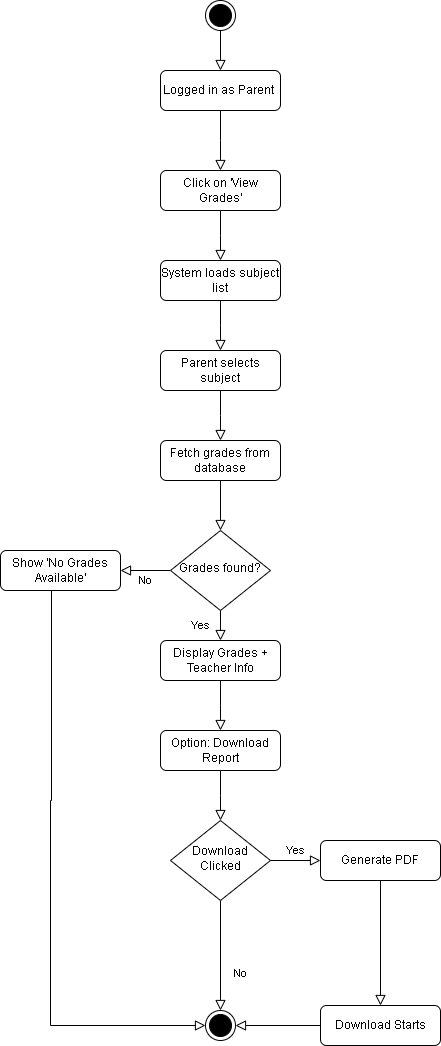
This is Activity-diagrams/activity-diagram-view-pupil-grades.drawio.png from LeandroBakollari/learning-platform, a draw.io export, as it was before one commit. Source tidied: cells renumbered, new cells last; positions are measured from the earlier drawing's top-left corner, leaving out a move shared by most shapes.
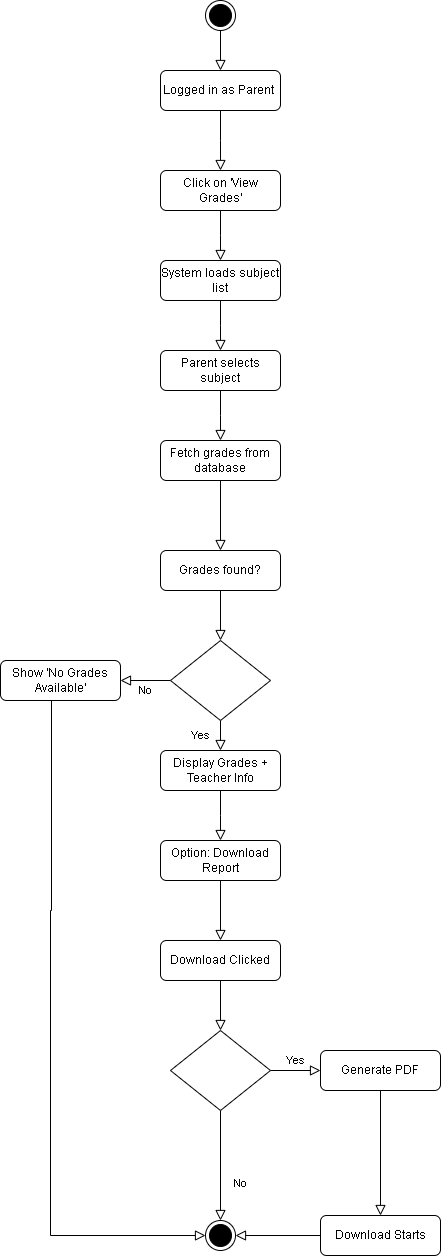
The same file after the commit.

Diff of the diagram source:
```diff
@@ -2,7 +2,7 @@
   <root>
     <mxCell id="0" />
     <mxCell id="1" parent="0" />
-    <mxCell id="2" style="rounded=0;html=1;jettySize=auto;fontSize=11;endArrow=block;endFill=0;endSize=8;strokeWidth=1;shadow=0;labelBackgroundColor=none;edgeStyle=orthogonalEdgeStyle;" parent="1" edge="1" source="3" target="6">
+    <mxCell id="2" style="rounded=0;html=1;jettySize=auto;fontSize=11;endArrow=block;endFill=0;endSize=8;strokeWidth=1;shadow=0;labelBackgroundColor=none;edgeStyle=orthogonalEdgeStyle;" parent="1" edge="1" source="3" target="34">
       <mxGeometry relative="1" as="geometry" />
     </mxCell>
     <mxCell id="3" value="Fetch grades from database" style="rounded=1;whiteSpace=wrap;html=1;fontSize=12;glass=0;strokeWidth=1;shadow=0;" parent="1" vertex="1">
@@ -14,11 +14,11 @@
     <mxCell id="5" value="No" style="edgeStyle=orthogonalEdgeStyle;rounded=0;html=1;jettySize=auto;fontSize=11;endArrow=block;endFill=0;endSize=8;strokeWidth=1;shadow=0;labelBackgroundColor=none;" parent="1" edge="1" source="6" target="7">
       <mxGeometry y="10" relative="1" as="geometry" />
     </mxCell>
-    <mxCell id="6" value="Grades found?" style="rhombus;whiteSpace=wrap;html=1;shadow=0;fontFamily=Helvetica;fontSize=12;align=center;strokeWidth=1;spacing=6;spacingTop=-4;" parent="1" vertex="1">
-      <mxGeometry x="170" y="530" width="100" height="80" as="geometry" />
+    <mxCell id="6" style="rhombus;whiteSpace=wrap;html=1;shadow=0;fontFamily=Helvetica;fontSize=12;align=center;strokeWidth=1;spacing=6;spacingTop=-4;" parent="1" vertex="1">
+      <mxGeometry x="170" y="640" width="100" height="80" as="geometry" />
     </mxCell>
     <mxCell id="7" value="Show 'No Grades Available'" style="rounded=1;whiteSpace=wrap;html=1;fontSize=12;glass=0;strokeWidth=1;shadow=0;" parent="1" vertex="1">
-      <mxGeometry y="550" width="120" height="40" as="geometry" />
+      <mxGeometry y="660" width="120" height="40" as="geometry" />
     </mxCell>
     <mxCell id="8" value="No" style="rounded=0;html=1;jettySize=auto;fontSize=11;endArrow=block;endFill=0;endSize=8;strokeWidth=1;shadow=0;labelBackgroundColor=none;edgeStyle=orthogonalEdgeStyle;" parent="1" edge="1" source="10" target="24">
       <mxGeometry x="0.33" y="20" relative="1" as="geometry" />
@@ -26,11 +26,11 @@
     <mxCell id="9" value="Yes" style="edgeStyle=orthogonalEdgeStyle;rounded=0;html=1;jettySize=auto;fontSize=11;endArrow=block;endFill=0;endSize=8;strokeWidth=1;shadow=0;labelBackgroundColor=none;" parent="1" edge="1" source="10" target="11">
       <mxGeometry y="10" relative="1" as="geometry" />
     </mxCell>
-    <mxCell id="10" value="Download Clicked" style="rhombus;whiteSpace=wrap;html=1;shadow=0;fontFamily=Helvetica;fontSize=12;align=center;strokeWidth=1;spacing=6;spacingTop=-4;" parent="1" vertex="1">
-      <mxGeometry x="170" y="820" width="100" height="80" as="geometry" />
+    <mxCell id="10" style="rhombus;whiteSpace=wrap;html=1;shadow=0;fontFamily=Helvetica;fontSize=12;align=center;strokeWidth=1;spacing=6;spacingTop=-4;" parent="1" vertex="1">
+      <mxGeometry x="170" y="1030" width="100" height="80" as="geometry" />
     </mxCell>
     <mxCell id="11" value="Generate PDF" style="rounded=1;whiteSpace=wrap;html=1;fontSize=12;glass=0;strokeWidth=1;shadow=0;" parent="1" vertex="1">
-      <mxGeometry x="320" y="840" width="120" height="40" as="geometry" />
+      <mxGeometry x="320" y="1050" width="120" height="40" as="geometry" />
     </mxCell>
     <mxCell id="12" style="rounded=0;html=1;jettySize=auto;fontSize=11;endArrow=block;endFill=0;endSize=8;strokeWidth=1;shadow=0;labelBackgroundColor=none;edgeStyle=orthogonalEdgeStyle;" parent="1" edge="1" source="13">
       <mxGeometry relative="1" as="geometry">
@@ -66,25 +66,23 @@
     </mxCell>
     <mxCell id="20" style="rounded=0;html=1;jettySize=auto;fontSize=11;endArrow=block;endFill=0;endSize=8;strokeWidth=1;shadow=0;labelBackgroundColor=none;edgeStyle=orthogonalEdgeStyle;" parent="1" edge="1" source="21">
       <mxGeometry relative="1" as="geometry">
-        <mxPoint x="220" y="730" as="targetPoint" />
+        <mxPoint x="220" y="840" as="targetPoint" />
       </mxGeometry>
     </mxCell>
     <mxCell id="21" value="Display Grades + Teacher Info" style="rounded=1;whiteSpace=wrap;html=1;fontSize=12;glass=0;strokeWidth=1;shadow=0;" parent="1" vertex="1">
-      <mxGeometry x="160" y="640" width="120" height="40" as="geometry" />
+      <mxGeometry x="160" y="750" width="120" height="40" as="geometry" />
     </mxCell>
-    <mxCell id="22" style="rounded=0;html=1;jettySize=auto;fontSize=11;endArrow=block;endFill=0;endSize=8;strokeWidth=1;shadow=0;labelBackgroundColor=none;edgeStyle=orthogonalEdgeStyle;" parent="1" edge="1" source="23">
-      <mxGeometry relative="1" as="geometry">
-        <mxPoint x="220" y="820" as="targetPoint" />
-      </mxGeometry>
+    <mxCell id="22" style="rounded=0;html=1;jettySize=auto;fontSize=11;endArrow=block;endFill=0;endSize=8;strokeWidth=1;shadow=0;labelBackgroundColor=none;edgeStyle=orthogonalEdgeStyle;" parent="1" edge="1" source="23" target="32">
+      <mxGeometry relative="1" as="geometry" />
     </mxCell>
     <mxCell id="23" value="Option: Download Report" style="rounded=1;whiteSpace=wrap;html=1;fontSize=12;glass=0;strokeWidth=1;shadow=0;" parent="1" vertex="1">
-      <mxGeometry x="160" y="730" width="120" height="40" as="geometry" />
+      <mxGeometry x="160" y="840" width="120" height="40" as="geometry" />
     </mxCell>
     <mxCell id="24" style="ellipse;html=1;shape=endState;fillColor=#000000;strokeColor=#000000;" parent="1" vertex="1">
-      <mxGeometry x="205" y="1010" width="30" height="30" as="geometry" />
+      <mxGeometry x="205" y="1220" width="30" height="30" as="geometry" />
     </mxCell>
     <mxCell id="25" value="Download Starts" style="rounded=1;whiteSpace=wrap;html=1;fontSize=12;glass=0;strokeWidth=1;shadow=0;" parent="1" vertex="1">
-      <mxGeometry x="320" y="1005" width="120" height="40" as="geometry" />
+      <mxGeometry x="320" y="1215" width="120" height="40" as="geometry" />
     </mxCell>
     <mxCell id="26" style="rounded=0;html=1;jettySize=auto;fontSize=11;endArrow=block;endFill=0;endSize=8;strokeWidth=1;shadow=0;labelBackgroundColor=none;edgeStyle=orthogonalEdgeStyle;" parent="1" edge="1" source="11" target="25">
       <mxGeometry relative="1" as="geometry" />
@@ -95,9 +93,9 @@
     <mxCell id="28" style="rounded=0;html=1;jettySize=auto;fontSize=11;endArrow=block;endFill=0;endSize=8;strokeWidth=1;shadow=0;labelBackgroundColor=none;edgeStyle=orthogonalEdgeStyle;exitX=0.425;exitY=1;exitDx=0;exitDy=0;exitPerimeter=0;" parent="1" edge="1" source="7" target="24">
       <mxGeometry relative="1" as="geometry">
         <Array as="points">
-          <mxPoint x="51" y="800" />
-          <mxPoint x="50" y="800" />
-          <mxPoint x="50" y="1025" />
+          <mxPoint x="51" y="910" />
+          <mxPoint x="50" y="910" />
+          <mxPoint x="50" y="1235" />
         </Array>
       </mxGeometry>
     </mxCell>
@@ -107,5 +105,17 @@
     <mxCell id="30" style="rounded=0;html=1;jettySize=auto;fontSize=11;endArrow=block;endFill=0;endSize=8;strokeWidth=1;shadow=0;labelBackgroundColor=none;edgeStyle=orthogonalEdgeStyle;" parent="1" edge="1" source="29" target="19">
       <mxGeometry relative="1" as="geometry" />
     </mxCell>
+    <mxCell id="31" style="rounded=0;html=1;jettySize=auto;fontSize=11;endArrow=block;endFill=0;endSize=8;strokeWidth=1;shadow=0;labelBackgroundColor=none;edgeStyle=orthogonalEdgeStyle;" parent="1" edge="1" source="32" target="10">
+      <mxGeometry relative="1" as="geometry" />
+    </mxCell>
+    <mxCell id="32" value="Download Clicked" style="rounded=1;whiteSpace=wrap;html=1;fontSize=12;glass=0;strokeWidth=1;shadow=0;" parent="1" vertex="1">
+      <mxGeometry x="160" y="940" width="120" height="40" as="geometry" />
+    </mxCell>
+    <mxCell id="33" style="rounded=0;html=1;jettySize=auto;fontSize=11;endArrow=block;endFill=0;endSize=8;strokeWidth=1;shadow=0;labelBackgroundColor=none;edgeStyle=orthogonalEdgeStyle;" parent="1" edge="1" source="34" target="6">
+      <mxGeometry relative="1" as="geometry" />
+    </mxCell>
+    <mxCell id="34" value="Grades found?" style="rounded=1;whiteSpace=wrap;html=1;fontSize=12;glass=0;strokeWidth=1;shadow=0;" parent="1" vertex="1">
+      <mxGeometry x="160" y="550" width="120" height="40" as="geometry" />
+    </mxCell>
   </root>
 </mxGraphModel>
```
